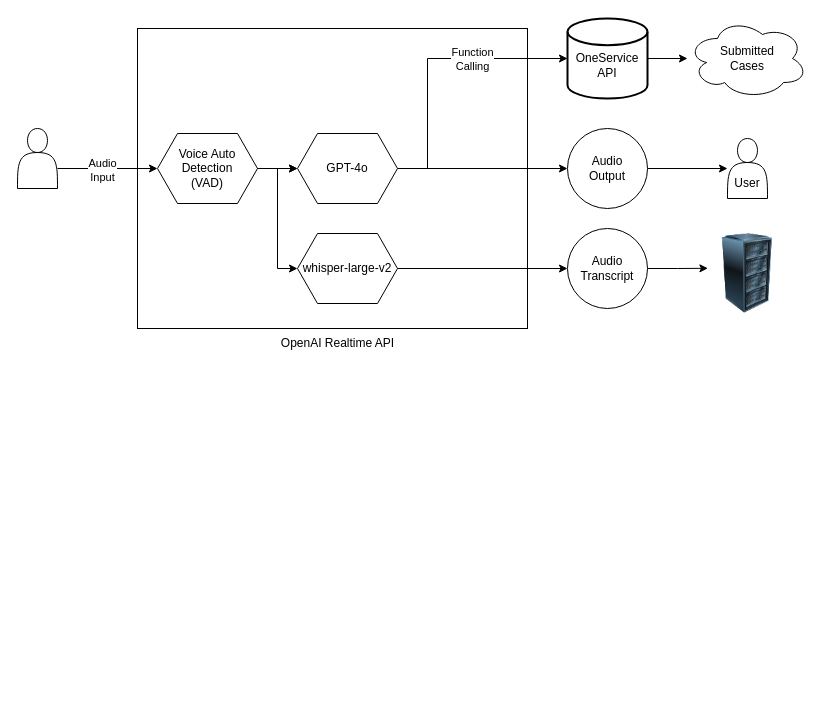
The draw.io diagram slides/architecture.drawio in faqihxdev/OneService-Hotline, before the edit. Source tidied: cells renumbered, new cells numbered last; positions are measured from the earlier drawing's top-left corner, leaving out a move shared by most shapes. Both pictures are drawn from the tidied source at 100%, with x=0, y=0 at pixel (17, 18).
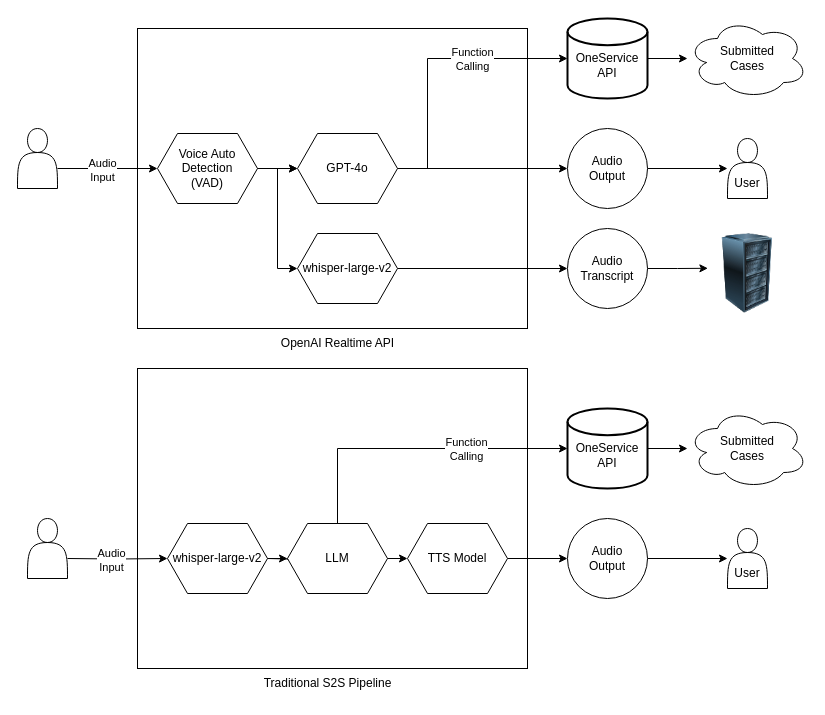
The same diagram, later.

The edit, as a diff of the source:
```diff
@@
+    <mxCell id="26" style="whiteSpace=wrap;html=1;" parent="1" vertex="1">
+      <mxGeometry x="120" y="350" width="390" height="300" as="geometry" />
+    </mxCell>
@@
+    <mxCell id="27" style="edgeStyle=orthogonalEdgeStyle;rounded=0;jettySize=auto;html=1;" parent="1" edge="1" source="28" target="39">
+      <mxGeometry relative="1" as="geometry" />
+    </mxCell>
+    <mxCell id="28" value="&lt;br&gt;OneService API" style="strokeWidth=2;html=1;shape=mxgraph.flowchart.database;whiteSpace=wrap;" parent="1" vertex="1">
+      <mxGeometry x="550" y="390" width="80" height="80" as="geometry" />
+    </mxCell>
+    <mxCell id="29" style="edgeStyle=orthogonalEdgeStyle;rounded=0;jettySize=auto;html=1;entryX=0;entryY=0.5;entryDx=0;entryDy=0;" parent="1" edge="1" target="42">
+      <mxGeometry relative="1" as="geometry">
+        <mxPoint x="50" y="540" as="sourcePoint" />
+      </mxGeometry>
+    </mxCell>
+    <mxCell id="30" value="&lt;div&gt;Audio&lt;br&gt;Input&lt;/div&gt;" style="edgeLabel;html=1;align=center;verticalAlign=middle;" parent="29" vertex="1">
+      <mxGeometry x="-0.12" y="-1" relative="1" as="geometry" />
+    </mxCell>
+    <mxCell id="31" style="shape=actor;whiteSpace=wrap;html=1;" parent="1" vertex="1">
+      <mxGeometry x="10" y="500" width="40" height="60" as="geometry" />
+    </mxCell>
+    <mxCell id="32" style="edgeStyle=orthogonalEdgeStyle;rounded=0;jettySize=auto;html=1;exitX=1;exitY=0.5;exitDx=0;exitDy=0;" parent="1" edge="1" source="44" target="34">
+      <mxGeometry relative="1" as="geometry" />
+    </mxCell>
+    <mxCell id="33" style="edgeStyle=orthogonalEdgeStyle;rounded=0;jettySize=auto;html=1;" parent="1" edge="1" source="34" target="38">
+      <mxGeometry relative="1" as="geometry" />
+    </mxCell>
+    <mxCell id="34" value="Audio&lt;br&gt;Output" style="ellipse;whiteSpace=wrap;html=1;rounded=0;" parent="1" vertex="1">
+      <mxGeometry x="550" y="500" width="80" height="80" as="geometry" />
+    </mxCell>
+    <mxCell id="35" style="edgeStyle=orthogonalEdgeStyle;rounded=0;orthogonalLoop=1;jettySize=auto;html=1;entryX=0;entryY=0.5;entryDx=0;entryDy=0;exitX=1;exitY=0.5;exitDx=0;exitDy=0;" parent="1" edge="1">
+      <mxGeometry relative="1" as="geometry">
+        <mxPoint x="250" y="540" as="sourcePoint" />
+        <mxPoint x="290" y="540" as="targetPoint" />
+      </mxGeometry>
+    </mxCell>
+    <mxCell id="36" style="edgeStyle=orthogonalEdgeStyle;rounded=0;jettySize=auto;html=1;entryX=0;entryY=0.5;entryDx=0;entryDy=0;entryPerimeter=0;exitX=0.5;exitY=0;exitDx=0;exitDy=0;" parent="1" edge="1" source="41" target="28">
+      <mxGeometry relative="1" as="geometry" />
+    </mxCell>
+    <mxCell id="37" value="Function&lt;br&gt;Calling" style="edgeLabel;html=1;align=center;verticalAlign=middle;" parent="36" vertex="1">
+      <mxGeometry x="0.5" y="-3" relative="1" as="geometry">
+        <mxPoint x="-26" y="-3" as="offset" />
+      </mxGeometry>
+    </mxCell>
+    <mxCell id="38" value="&lt;br&gt;&lt;br&gt;User" style="shape=actor;whiteSpace=wrap;html=1;" parent="1" vertex="1">
+      <mxGeometry x="710" y="510" width="40" height="60" as="geometry" />
+    </mxCell>
+    <mxCell id="39" value="Submitted&lt;br&gt;Cases" style="ellipse;shape=cloud;whiteSpace=wrap;html=1;" parent="1" vertex="1">
+      <mxGeometry x="670" y="390" width="120" height="80" as="geometry" />
+    </mxCell>
+    <mxCell id="40" style="edgeStyle=orthogonalEdgeStyle;rounded=0;jettySize=auto;html=1;entryX=0;entryY=0.5;entryDx=0;entryDy=0;exitX=1;exitY=0.5;exitDx=0;exitDy=0;" parent="1" edge="1" source="42" target="41">
+      <mxGeometry relative="1" as="geometry" />
+    </mxCell>
+    <mxCell id="41" value="LLM" style="shape=hexagon;perimeter=hexagonPerimeter2;whiteSpace=wrap;html=1;fixedSize=1;" parent="1" vertex="1">
+      <mxGeometry x="270" y="505" width="100" height="70" as="geometry" />
+    </mxCell>
+    <mxCell id="42" value="whisper-large-v2" style="shape=hexagon;perimeter=hexagonPerimeter2;whiteSpace=wrap;html=1;fixedSize=1;" parent="1" vertex="1">
+      <mxGeometry x="150" y="505" width="100" height="70" as="geometry" />
+    </mxCell>
+    <mxCell id="43" style="edgeStyle=orthogonalEdgeStyle;rounded=0;jettySize=auto;html=1;exitX=1;exitY=0.5;exitDx=0;exitDy=0;entryX=0;entryY=0.5;entryDx=0;entryDy=0;" parent="1" edge="1" source="41" target="44">
+      <mxGeometry relative="1" as="geometry" />
+    </mxCell>
+    <mxCell id="44" value="TTS Model" style="shape=hexagon;perimeter=hexagonPerimeter2;whiteSpace=wrap;html=1;fixedSize=1;" parent="1" vertex="1">
+      <mxGeometry x="390" y="505" width="100" height="70" as="geometry" />
+    </mxCell>
+    <mxCell id="45" value="Traditional S2S Pipeline" style="text;html=1;align=center;verticalAlign=middle;strokeColor=none;fillColor=none;" parent="1" vertex="1">
+      <mxGeometry x="235" y="650" width="150" height="30" as="geometry" />
+    </mxCell>
```
